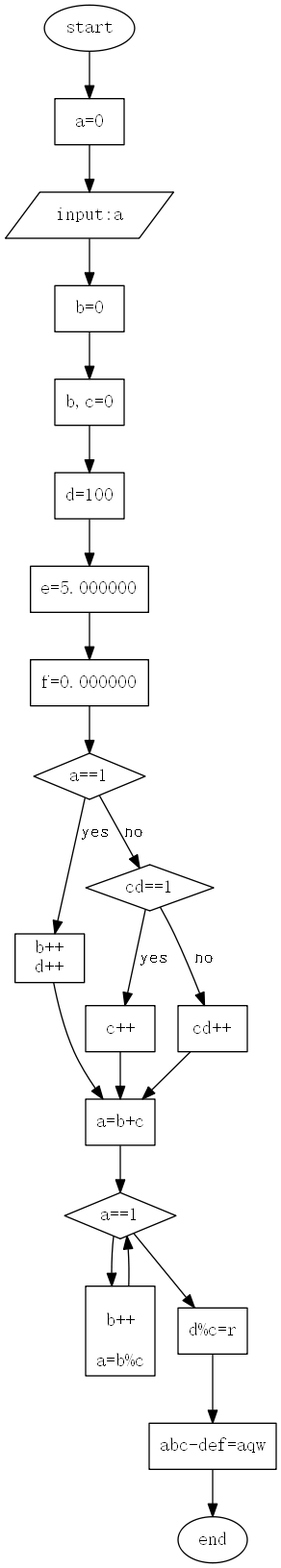
TomSawyer2/C-transform keeps this Graphviz diagram as graph.png. Above is the earlier version. Its source is kept beside it as graph.dot.
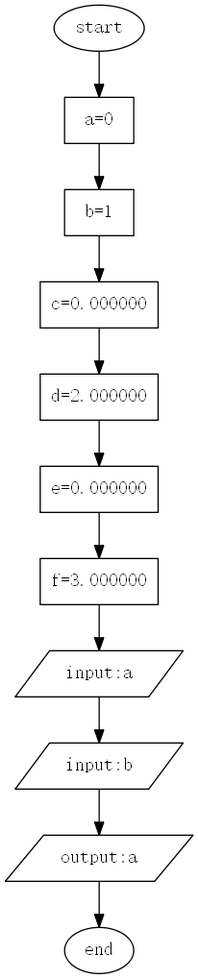
After the change.

What changed in the source:
```diff
@@ -4,47 +4,22 @@
 start [shape=ellipse, label="start"];
 start->equal1
 equal1 [shape=box, label="a=0"];
-equal1->equal2;
-equal2 [shape=parallelogram, label="input:a"];
+equal1->equal2
+equal2 [shape=box, label="b=1"];
 equal2->equal3
-equal3 [shape=box, label="b=0"];
+equal3 [shape=box, label="c=0.000000"];
 equal3->equal4
-equal4 [shape=box, label="b,c=0"];
+equal4 [shape=box, label="d=2.000000"];
 equal4->equal5
-equal5 [shape=box, label="d=100"];
+equal5 [shape=box, label="e=0.000000"];
 equal5->equal6
-equal6 [shape=box, label="e=5.000000"];
-equal6->equal7
-equal7 [shape=box, label="f=0.000000"];
-equal7->equal8
-equal8 [shape=diamond, label="a==1"];
-equal8->equal9[label="yes"];
-equal9 [shape=box, label="b++
-d++
-"];
-equal8->equal10[label="no"];
-equal10 [shape=diamond, label="cd==1"];
-equal10->equal11[label="yes"];
-equal11 [shape=box, label="c++
-"];
-equal10->equal12[label="no"];
-equal12 [shape=box, label="cd++
-"];
-equal9,equal11,equal12->equal13;
-equal13 [shape=box, label="a=b+c"];
-equal13->equal14
-equal14 [shape=diamond, label="a==1"];
-equal14->equal15
-equal15 [shape=box, label="
-b++
-
-a=b%c
-"];
-equal15->equal14
-equal14->equal16;
-equal16 [shape=box, label="d%c=r"];
-equal16->equal17;
-equal17 [shape=box, label="abc-def=aqw"];
-equal17->end;
+equal6 [shape=box, label="f=3.000000"];
+equal6->equal7;
+equal7 [shape=parallelogram, label="input:a"];
+equal7->equal8;
+equal8 [shape=parallelogram, label="input:b"];
+equal8->equal9;
+equal9 [shape=parallelogram, label="output:a"];
+equal9->end;
 end [shape=ellipse, label="end"];
 }
```
